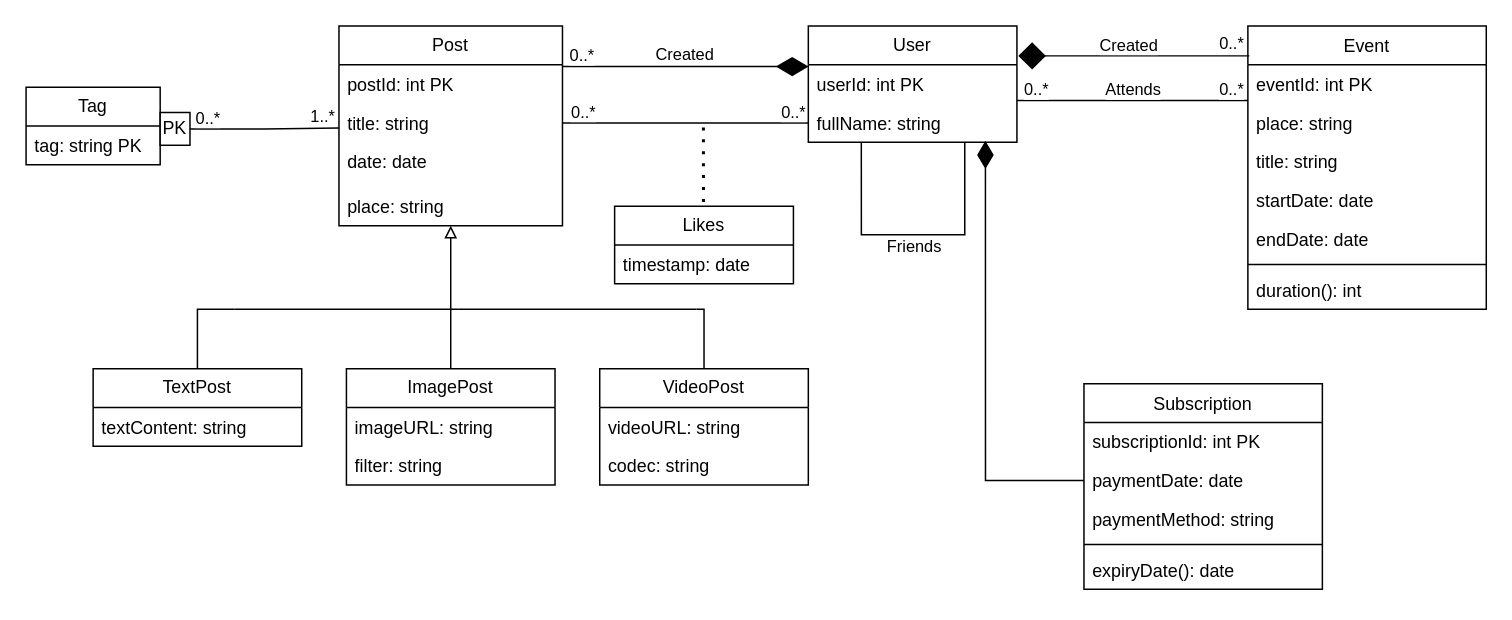
This is Homework 1 P plus.drawio from Alvinn8/DD1368, a draw.io file, before an edit. Source tidied: cells renumbered, new cells numbered last; positions are measured from the earlier drawing's top-left corner, leaving out a move shared by most shapes. Both pictures are drawn from the tidied source at 149%, with x=0, y=0 at pixel (25, 25).
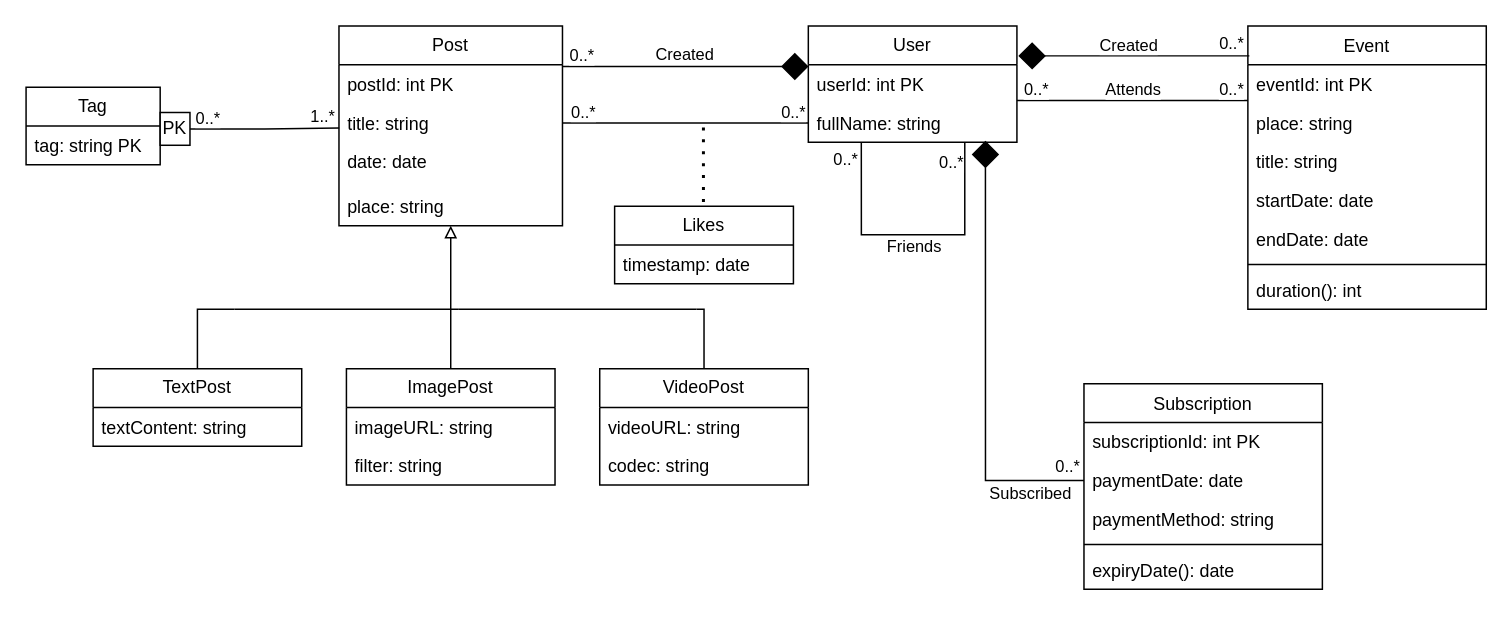
Above is the later version.

The change refers to these unchanged cells:
```xml
<mxCell id="2" value="Post" style="swimlane;fontStyle=0;horizontal=1;startSize=26;fillColor=none;whiteSpace=wrap;html=1;" parent="1" vertex="1">
  <mxGeometry x="210" width="150" height="134" as="geometry" />
</mxCell>
<mxCell id="21" value="userId: int PK" style="text;strokeColor=none;fillColor=none;align=left;verticalAlign=top;spacingLeft=4;spacingRight=4;overflow=hidden;points=[[0,0.5],[1,0.5]];portConstraint=eastwest;whiteSpace=wrap;html=1;" parent="20" vertex="1">
  <mxGeometry y="26" width="140" height="26" as="geometry" />
</mxCell>
<mxCell id="22" value="fullName: string" style="text;strokeColor=none;fillColor=none;align=left;verticalAlign=top;spacingLeft=4;spacingRight=4;overflow=hidden;points=[[0,0.5],[1,0.5]];portConstraint=eastwest;whiteSpace=wrap;html=1;" parent="20" vertex="1">
  <mxGeometry y="52" width="140" height="26" as="geometry" />
</mxCell>
<mxCell id="23" style="edgeStyle=orthogonalEdgeStyle;rounded=0;jettySize=auto;html=1;entryX=0.254;entryY=0.992;entryDx=0;entryDy=0;entryPerimeter=0;endArrow=none;endFill=0;" parent="20" edge="1" source="20" target="22">
  <mxGeometry relative="1" as="geometry">
    <Array as="points">
      <mxPoint x="105" y="140" />
      <mxPoint x="36" y="140" />
    </Array>
  </mxGeometry>
</mxCell>
<mxCell id="35" value="paymentDate: date" style="text;strokeColor=none;fillColor=none;align=left;verticalAlign=top;spacingLeft=4;spacingRight=4;overflow=hidden;points=[[0,0.5],[1,0.5]];portConstraint=eastwest;whiteSpace=wrap;html=1;" parent="33" vertex="1">
  <mxGeometry y="52" width="160" height="26" as="geometry" />
</mxCell>
```

Change to the diagram source:
```diff
@@
+    <mxCell id="62" value="0..*" style="edgeLabel;html=1;align=center;verticalAlign=middle;" parent="23" vertex="1">
+      <mxGeometry x="0.92" y="-1" relative="1" as="geometry">
+        <mxPoint x="-12" y="4" as="offset" />
+      </mxGeometry>
+    </mxCell>
+    <mxCell id="63" value="0..*" style="edgeLabel;html=1;align=center;verticalAlign=middle;" parent="23" vertex="1">
+      <mxGeometry x="-0.92" relative="1" as="geometry">
+        <mxPoint x="-10" y="5" as="offset" />
+      </mxGeometry>
+    </mxCell>
@@
-    <mxCell id="39" style="edgeStyle=orthogonalEdgeStyle;rounded=0;jettySize=auto;html=1;entryX=0.001;entryY=0.045;entryDx=0;entryDy=0;entryPerimeter=0;endArrow=diamondThin;endFill=1;endSize=19;" parent="1" edge="1" source="2" target="21">
+    <mxCell id="39" style="edgeStyle=orthogonalEdgeStyle;rounded=0;jettySize=auto;html=1;entryX=0.001;entryY=0.045;entryDx=0;entryDy=0;entryPerimeter=0;endArrow=diamond;endFill=1;endSize=16;" parent="1" edge="1" source="2" target="21">
       <mxGeometry relative="1" as="geometry">
         <Array as="points">
           <mxPoint x="420" y="27" />
         </Array>
       </mxGeometry>
     </mxCell>
@@
-    <mxCell id="54" style="edgeStyle=orthogonalEdgeStyle;rounded=0;orthogonalLoop=1;jettySize=auto;html=1;entryX=0;entryY=0.5;entryDx=0;entryDy=0;endArrow=none;endFill=0;startArrow=diamond;startFill=1;endSize=6;targetPerimeterSpacing=12;sourcePerimeterSpacing=4;startSize=16;" parent="1" edge="1">
+    <mxCell id="54" style="edgeStyle=orthogonalEdgeStyle;rounded=0;orthogonalLoop=1;jettySize=auto;html=1;entryX=0;entryY=0.5;entryDx=0;entryDy=0;endArrow=none;endFill=0;startArrow=diamond;startFill=1;endSize=6;targetPerimeterSpacing=5;sourcePerimeterSpacing=4;startSize=16;" parent="1" edge="1">
       <mxGeometry relative="1" as="geometry">
         <mxPoint x="666" y="20" as="sourcePoint" />
         <mxPoint x="821" y="20" as="targetPoint" />
       </mxGeometry>
     </mxCell>
@@
-    <mxCell id="61" style="edgeStyle=orthogonalEdgeStyle;rounded=0;jettySize=auto;html=1;entryX=0.849;entryY=0.962;entryDx=0;entryDy=0;entryPerimeter=0;endArrow=diamondThin;endFill=1;startSize=8;endSize=16;" parent="1" edge="1" source="35" target="22">
+    <mxCell id="61" style="edgeStyle=orthogonalEdgeStyle;rounded=0;jettySize=auto;html=1;entryX=0.849;entryY=0.962;entryDx=0;entryDy=0;entryPerimeter=0;endArrow=diamond;endFill=1;startSize=8;endSize=16;" parent="1" edge="1" source="35" target="22">
       <mxGeometry relative="1" as="geometry" />
     </mxCell>
+    <mxCell id="64" value="0..*" style="edgeLabel;html=1;align=center;verticalAlign=middle;" parent="61" vertex="1">
+      <mxGeometry x="-0.82" relative="1" as="geometry">
+        <mxPoint x="14" y="-10" as="offset" />
+      </mxGeometry>
+    </mxCell>
+    <mxCell id="65" value="Subscribed" style="edgeLabel;html=1;align=center;verticalAlign=middle;" parent="61" vertex="1">
+      <mxGeometry x="-0.66" y="1" relative="1" as="geometry">
+        <mxPoint x="13" y="7" as="offset" />
+      </mxGeometry>
+    </mxCell>
```
